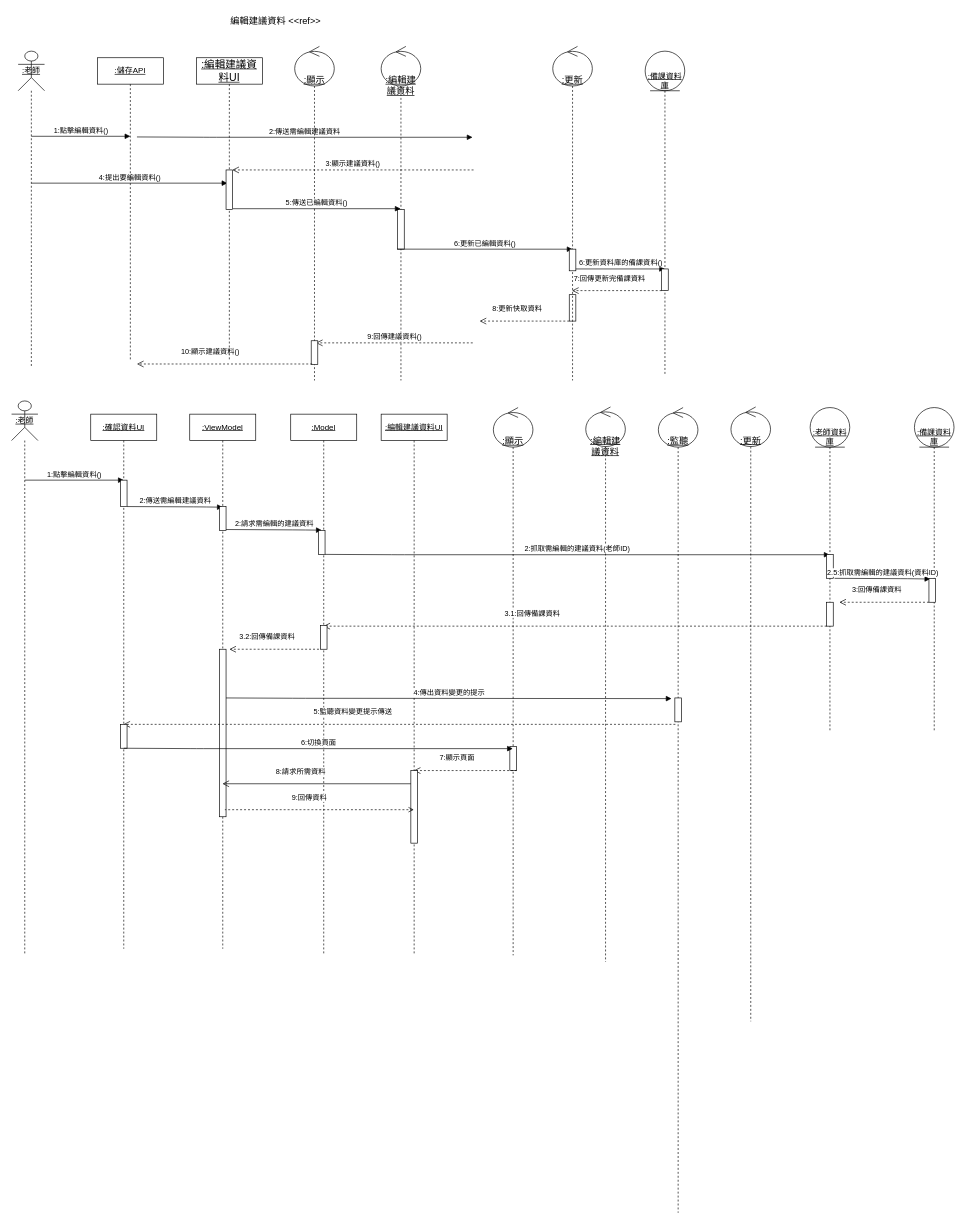
Earlier version of the draw.io diagram 循序圖(編輯建議備課資料).drawio (Kevincheng0804/System-analysis). Source tidied: cells renumbered, new cells numbered last; positions are measured from the earlier drawing's top-left corner, leaving out a move shared by most shapes. Both pictures are drawn from the tidied source at 66%, with x=0, y=0 at pixel (11, 11).
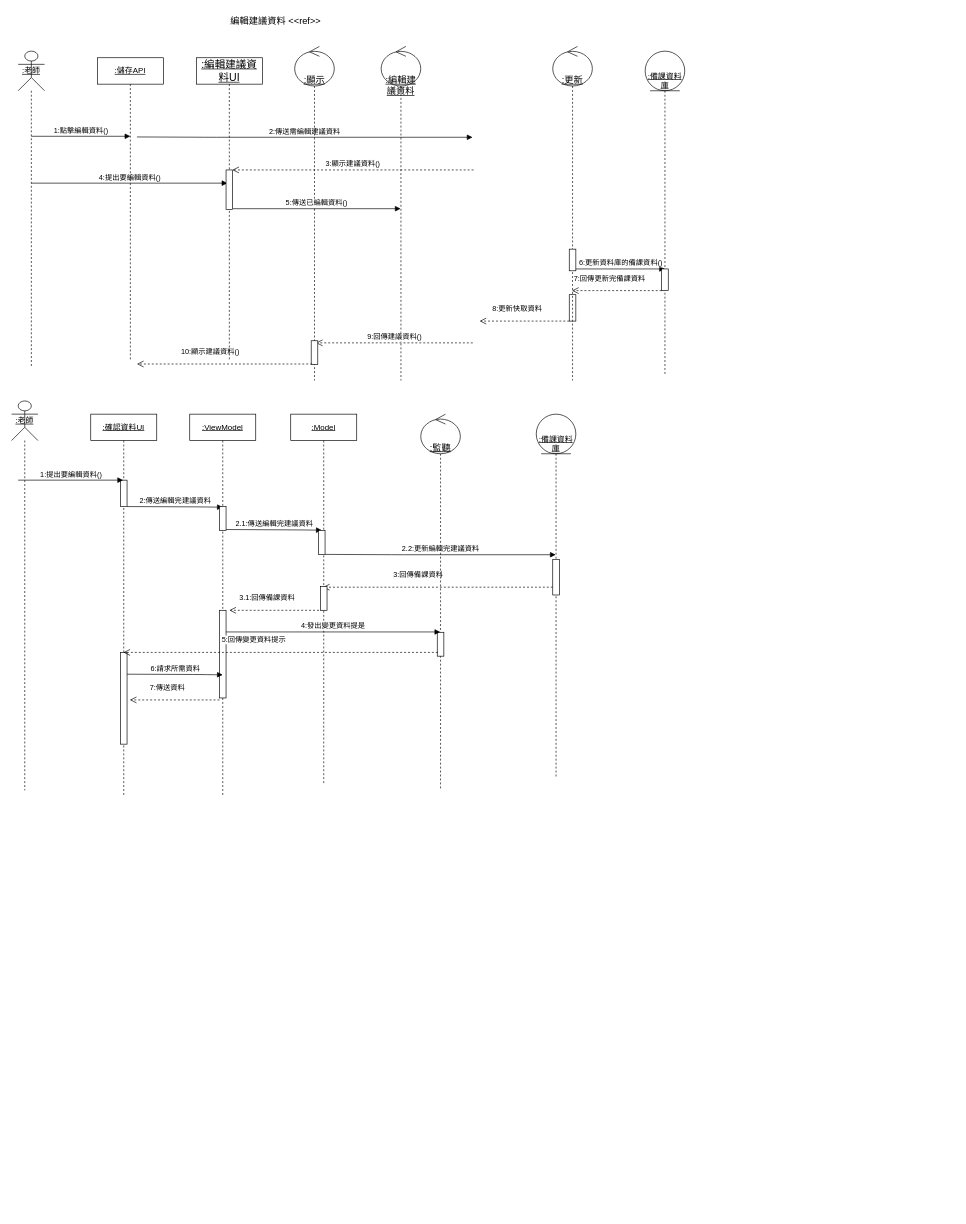
After the change.

Commit message:
更新循序圖(編輯建議備課資料).drawio

The change refers to these unchanged cells:
```xml
<mxCell id="2" value="&lt;u&gt;:編輯建議資料&lt;/u&gt;" style="shape=umlLifeline;participant=umlControl;perimeter=lifelinePerimeter;whiteSpace=wrap;html=1;verticalAlign=top;spacingTop=36;outlineConnect=0;fontSize=14;size=60;align=center;" parent="1" vertex="1">
  <mxGeometry x="560" y="52.8" width="60" height="506.2" as="geometry" />
</mxCell>
<mxCell id="22" value="&lt;u&gt;:更新&lt;/u&gt;" style="shape=umlLifeline;participant=umlControl;perimeter=lifelinePerimeter;whiteSpace=wrap;html=1;verticalAlign=top;spacingTop=36;outlineConnect=0;fontSize=14;size=60;align=center;" parent="1" vertex="1">
  <mxGeometry x="820" y="52.8" width="60" height="506.2" as="geometry" />
</mxCell>
```

Change to the diagram source:
```diff
@@
-    <mxCell id="3" style="html=1;perimeter=orthogonalPerimeter;" parent="2" vertex="1">
-      <mxGeometry x="25" y="247.2" width="10" height="60" as="geometry" />
-    </mxCell>
@@
-    <mxCell id="5" value="6:更新已編輯資料()" style="html=1;verticalAlign=bottom;startArrow=none;startFill=0;endArrow=block;startSize=8;exitX=0.933;exitY=0.922;exitDx=0;exitDy=0;exitPerimeter=0;entryX=0.5;entryY=0.607;entryDx=0;entryDy=0;entryPerimeter=0;" parent="1" edge="1" target="22">
-      <mxGeometry relative="1" as="geometry">
-        <mxPoint x="584.3" y="360" as="sourcePoint" />
-      </mxGeometry>
-    </mxCell>
@@
     <mxCell id="27" value="&lt;u&gt;:老師&lt;/u&gt;" style="shape=umlLifeline;perimeter=lifelinePerimeter;whiteSpace=wrap;html=1;newEdgeStyle={&quot;curved&quot;:0,&quot;rounded&quot;:0};participant=umlActor;size=60;" parent="1" vertex="1">
-      <mxGeometry y="590" width="40" height="840" as="geometry" />
+      <mxGeometry y="590" width="40" height="590" as="geometry" />
     </mxCell>
     <mxCell id="28" value="&lt;u&gt;:確認資料UI&lt;/u&gt;" style="shape=umlLifeline;perimeter=lifelinePerimeter;whiteSpace=wrap;html=1;outlineConnect=0;portConstraint=eastwest;newEdgeStyle={&quot;curved&quot;:0,&quot;rounded&quot;:0};" parent="1" vertex="1">
-      <mxGeometry x="120" y="610" width="100" height="810" as="geometry" />
+      <mxGeometry x="120" y="610" width="100" height="580" as="geometry" />
     </mxCell>
     <mxCell id="29" value="&lt;u&gt;:ViewModel&lt;/u&gt;" style="shape=umlLifeline;perimeter=lifelinePerimeter;whiteSpace=wrap;html=1;outlineConnect=0;portConstraint=eastwest;newEdgeStyle={&quot;curved&quot;:0,&quot;rounded&quot;:0};" parent="1" vertex="1">
-      <mxGeometry x="270" y="610" width="100" height="810" as="geometry" />
+      <mxGeometry x="270" y="610" width="100" height="580" as="geometry" />
     </mxCell>
     <mxCell id="30" value="&lt;u&gt;:Model&lt;/u&gt;" style="shape=umlLifeline;perimeter=lifelinePerimeter;whiteSpace=wrap;html=1;outlineConnect=0;portConstraint=eastwest;newEdgeStyle={&quot;curved&quot;:0,&quot;rounded&quot;:0};" parent="1" vertex="1">
-      <mxGeometry x="423" y="610" width="100" height="820" as="geometry" />
+      <mxGeometry x="423" y="610" width="100" height="560" as="geometry" />
     </mxCell>
-    <mxCell id="31" value="&lt;u&gt;:編輯建議資料UI&lt;/u&gt;" style="shape=umlLifeline;perimeter=lifelinePerimeter;whiteSpace=wrap;html=1;outlineConnect=0;portConstraint=eastwest;newEdgeStyle={&quot;curved&quot;:0,&quot;rounded&quot;:0};" parent="1" vertex="1">
-      <mxGeometry x="560" y="610" width="100" height="820" as="geometry" />
-    </mxCell>
-    <mxCell id="32" value="&lt;u&gt;:編輯建議資料&lt;/u&gt;" style="shape=umlLifeline;participant=umlControl;perimeter=lifelinePerimeter;whiteSpace=wrap;html=1;verticalAlign=top;spacingTop=36;fontSize=14;size=60;align=center;" parent="1" vertex="1">
-      <mxGeometry x="870" y="599.1" width="60" height="840.9" as="geometry" />
-    </mxCell>
-    <mxCell id="33" value="&lt;u&gt;:顯示&lt;/u&gt;" style="shape=umlLifeline;participant=umlControl;perimeter=lifelinePerimeter;whiteSpace=wrap;html=1;verticalAlign=top;spacingTop=36;outlineConnect=0;fontSize=14;size=60;align=center;" parent="1" vertex="1">
-      <mxGeometry x="730" y="600" width="60" height="830" as="geometry" />
-    </mxCell>
-    <mxCell id="34" style="html=1;perimeter=orthogonalPerimeter;" parent="33" vertex="1">
-      <mxGeometry x="25" y="513.8" width="10" height="36.2" as="geometry" />
-    </mxCell>
-    <mxCell id="35" value="&lt;div&gt;&lt;u&gt;&lt;br&gt;&lt;/u&gt;&lt;/div&gt;&lt;u&gt;&lt;div&gt;&lt;u&gt;&lt;br&gt;&lt;/u&gt;&lt;/div&gt;:老師資料庫&lt;/u&gt;" style="shape=umlLifeline;perimeter=lifelinePerimeter;whiteSpace=wrap;html=1;outlineConnect=0;portConstraint=eastwest;newEdgeStyle={&quot;curved&quot;:0,&quot;rounded&quot;:0};participant=umlEntity;size=60;" parent="1" vertex="1">
-      <mxGeometry x="1210" y="600" width="60" height="490" as="geometry" />
-    </mxCell>
-    <mxCell id="36" value="&lt;u&gt;:更新&lt;/u&gt;" style="shape=umlLifeline;participant=umlControl;perimeter=lifelinePerimeter;whiteSpace=wrap;html=1;verticalAlign=top;spacingTop=36;fontSize=14;size=60;align=center;" parent="1" vertex="1">
-      <mxGeometry x="1090" y="599.1" width="60" height="930.9" as="geometry" />
-    </mxCell>
     <mxCell id="37" value="&lt;div&gt;&lt;u&gt;&lt;br&gt;&lt;/u&gt;&lt;/div&gt;&lt;u&gt;&lt;div&gt;&lt;u&gt;&lt;br&gt;&lt;/u&gt;&lt;/div&gt;:備課資料庫&lt;/u&gt;" style="shape=umlLifeline;perimeter=lifelinePerimeter;whiteSpace=wrap;html=1;outlineConnect=0;portConstraint=eastwest;newEdgeStyle={&quot;curved&quot;:0,&quot;rounded&quot;:0};participant=umlEntity;size=60;" parent="1" vertex="1">
-      <mxGeometry x="1368" y="600" width="60" height="490" as="geometry" />
+      <mxGeometry x="795" y="610" width="60" height="550" as="geometry" />
     </mxCell>
-    <mxCell id="38" value="1:點擊編輯資料()" style="html=1;verticalAlign=bottom;endArrow=block;curved=0;rounded=0;" parent="1" edge="1">
-      <mxGeometry relative="1" as="geometry">
-        <mxPoint x="20" y="710" as="sourcePoint" />
-        <mxPoint x="170" y="710" as="targetPoint" />
-      </mxGeometry>
-    </mxCell>
@@
-    <mxCell id="40" value="2:傳送需編輯建議資料" style="html=1;verticalAlign=bottom;startArrow=none;startFill=0;endArrow=block;startSize=8;" parent="1" edge="1">
+    <mxCell id="40" value="2:傳送編輯完建議資料" style="html=1;verticalAlign=bottom;startArrow=none;startFill=0;endArrow=block;startSize=8;" parent="1" edge="1">
       <mxGeometry relative="1" as="geometry">
         <mxPoint x="175" y="750" as="sourcePoint" />
         <mxPoint x="320" y="751" as="targetPoint" />
         <Array as="points">
           <mxPoint x="285.5" y="750.5" />
         </Array>
       </mxGeometry>
     </mxCell>
@@
-    <mxCell id="42" value="2:請求需編輯的建議資料" style="html=1;verticalAlign=bottom;startArrow=none;startFill=0;endArrow=block;startSize=8;" parent="1" edge="1">
+    <mxCell id="42" value="2.1:傳送編輯完建議資料" style="html=1;verticalAlign=bottom;startArrow=none;startFill=0;endArrow=block;startSize=8;" parent="1" edge="1">
       <mxGeometry relative="1" as="geometry">
         <mxPoint x="325" y="784.8" as="sourcePoint" />
         <mxPoint x="470" y="785.8" as="targetPoint" />
         <Array as="points">
           <mxPoint x="435.5" y="785.4" />
         </Array>
       </mxGeometry>
     </mxCell>
@@
-    <mxCell id="44" value="2:抓取需編輯的建議資料(老師ID)" style="html=1;verticalAlign=bottom;startArrow=none;startFill=0;endArrow=block;startSize=8;" parent="1" edge="1" target="35">
+    <mxCell id="44" value="2.2:更新編輯完建議資料" style="html=1;verticalAlign=bottom;startArrow=none;startFill=0;endArrow=block;startSize=8;" parent="1" edge="1" target="37">
       <mxGeometry relative="1" as="geometry">
         <mxPoint x="475" y="822.5" as="sourcePoint" />
         <Array as="points">
           <mxPoint x="585.5" y="823" />
         </Array>
       </mxGeometry>
     </mxCell>
-    <mxCell id="45" style="html=1;perimeter=orthogonalPerimeter;" parent="1" vertex="1">
-      <mxGeometry x="1235" y="822.5" width="10" height="36.2" as="geometry" />
-    </mxCell>
-    <mxCell id="46" value="2.5:抓取需編輯的建議資料(資料ID)" style="html=1;verticalAlign=bottom;startArrow=none;startFill=0;endArrow=block;startSize=8;" parent="1" edge="1">
-      <mxGeometry relative="1" as="geometry">
-        <mxPoint x="1247" y="858.8" as="sourcePoint" />
-        <mxPoint x="1392" y="859.8" as="targetPoint" />
-        <Array as="points">
-          <mxPoint x="1357.5" y="859.3" />
-        </Array>
-      </mxGeometry>
-    </mxCell>
-    <mxCell id="47" style="html=1;points=[];perimeter=orthogonalPerimeter;" parent="1" vertex="1">
-      <mxGeometry x="1390" y="858.8" width="10" height="36.2" as="geometry" />
-    </mxCell>
-    <mxCell id="48" value="3:回傳備課資料" style="html=1;verticalAlign=bottom;endArrow=open;dashed=1;endSize=8;" parent="1" edge="1">
-      <mxGeometry x="0.17" y="-10" relative="1" as="geometry">
-        <mxPoint x="1390" y="895" as="sourcePoint" />
-        <mxPoint x="1254.2" y="895" as="targetPoint" />
-      </mxGeometry>
-    </mxCell>
-    <mxCell id="49" style="html=1;perimeter=orthogonalPerimeter;" parent="1" vertex="1">
-      <mxGeometry x="1235" y="895" width="10" height="36.2" as="geometry" />
-    </mxCell>
-    <mxCell id="50" value="3.1:回傳備課資料" style="html=1;verticalAlign=bottom;endArrow=open;dashed=1;endSize=8;" parent="1" edge="1" target="30">
+    <mxCell id="50" value="3:回傳備課資料" style="html=1;verticalAlign=bottom;endArrow=open;dashed=1;endSize=8;" parent="1" edge="1" source="47">
       <mxGeometry x="0.17" y="-10" relative="1" as="geometry">
-        <mxPoint x="1235" y="931.2" as="sourcePoint" />
+        <mxPoint x="471.8" y="872.2" as="targetPoint" />
       </mxGeometry>
     </mxCell>
     <mxCell id="51" style="html=1;perimeter=orthogonalPerimeter;" parent="1" vertex="1">
-      <mxGeometry x="468" y="930" width="10" height="36.2" as="geometry" />
+      <mxGeometry x="468" y="871" width="10" height="36.2" as="geometry" />
     </mxCell>
-    <mxCell id="52" value="3.2:回傳備課資料" style="html=1;verticalAlign=bottom;endArrow=open;dashed=1;endSize=8;" parent="1" edge="1">
+    <mxCell id="52" value="3.1:回傳備課資料" style="html=1;verticalAlign=bottom;endArrow=open;dashed=1;endSize=8;" parent="1" edge="1">
       <mxGeometry x="0.17" y="-10" relative="1" as="geometry">
-        <mxPoint x="465.8" y="966.2" as="sourcePoint" />
-        <mxPoint x="330" y="966.2" as="targetPoint" />
+        <mxPoint x="465.8" y="907.2" as="sourcePoint" />
+        <mxPoint x="330" y="907.2" as="targetPoint" />
       </mxGeometry>
     </mxCell>
     <mxCell id="53" style="html=1;perimeter=orthogonalPerimeter;" parent="1" vertex="1">
-      <mxGeometry x="315" y="966.2" width="10" height="253.8" as="geometry" />
+      <mxGeometry x="315" y="907.2" width="10" height="132.8" as="geometry" />
     </mxCell>
     <mxCell id="54" value="&lt;u&gt;:監聽&lt;/u&gt;" style="shape=umlLifeline;participant=umlControl;perimeter=lifelinePerimeter;whiteSpace=wrap;html=1;verticalAlign=top;spacingTop=36;outlineConnect=0;fontSize=14;size=60;align=center;" parent="1" vertex="1">
-      <mxGeometry x="980" y="600" width="60" height="1220" as="geometry" />
+      <mxGeometry x="620" y="610" width="60" height="570" as="geometry" />
     </mxCell>
-    <mxCell id="55" value="4:傳出資料變更的提示" style="html=1;verticalAlign=bottom;startArrow=none;startFill=0;endArrow=block;startSize=8;" parent="54" edge="1">
-      <mxGeometry relative="1" as="geometry">
-        <mxPoint x="-655" y="440" as="sourcePoint" />
-        <mxPoint x="20" y="441" as="targetPoint" />
-        <Array as="points">
-          <mxPoint x="-544.5" y="440.5" />
-        </Array>
-      </mxGeometry>
-    </mxCell>
     <mxCell id="56" style="html=1;perimeter=orthogonalPerimeter;" parent="54" vertex="1">
-      <mxGeometry x="25" y="440" width="10" height="36.2" as="geometry" />
+      <mxGeometry x="25" y="330.5" width="10" height="36.2" as="geometry" />
     </mxCell>
-    <mxCell id="57" value="5:監聽資料變更提示傳送" style="html=1;verticalAlign=bottom;endArrow=open;dashed=1;endSize=8;" parent="1" edge="1" target="28">
-      <mxGeometry x="0.17" y="-10" relative="1" as="geometry">
-        <mxPoint x="1005.8" y="1080" as="sourcePoint" />
-      </mxGeometry>
-    </mxCell>
     <mxCell id="58" style="html=1;perimeter=orthogonalPerimeter;" parent="1" vertex="1">
-      <mxGeometry x="165" y="1080" width="10" height="36.2" as="geometry" />
+      <mxGeometry x="165" y="971" width="10" height="139" as="geometry" />
     </mxCell>
-    <mxCell id="59" value="6:切換頁面" style="html=1;verticalAlign=bottom;startArrow=none;startFill=0;endArrow=block;startSize=8;" parent="1" edge="1" target="33">
-      <mxGeometry relative="1" as="geometry">
-        <mxPoint x="170" y="1116.2" as="sourcePoint" />
-        <Array as="points">
-          <mxPoint x="280.5" y="1116.8" />
-        </Array>
-      </mxGeometry>
-    </mxCell>
-    <mxCell id="60" value="7:顯示頁面" style="html=1;verticalAlign=bottom;endArrow=open;dashed=1;endSize=8;" parent="1" edge="1" target="31">
-      <mxGeometry x="0.17" y="-10" relative="1" as="geometry">
-        <mxPoint x="765.8" y="1150" as="sourcePoint" />
-      </mxGeometry>
-    </mxCell>
-    <mxCell id="61" style="html=1;perimeter=orthogonalPerimeter;" parent="1" vertex="1">
-      <mxGeometry x="605" y="1150" width="10" height="110" as="geometry" />
-    </mxCell>
-    <mxCell id="62" value="8:請求所需資料" style="html=1;verticalAlign=bottom;endArrow=open;endSize=8;" parent="1" edge="1" target="29">
-      <mxGeometry x="0.17" y="-10" relative="1" as="geometry">
-        <mxPoint x="605" y="1170" as="sourcePoint" />
-      </mxGeometry>
-    </mxCell>
-    <mxCell id="63" value="9:回傳資料" style="html=1;verticalAlign=bottom;endArrow=none;dashed=1;endSize=8;startArrow=open;startFill=0;endFill=0;" parent="1" edge="1" source="31">
-      <mxGeometry x="0.11" y="-9" relative="1" as="geometry">
-        <mxPoint x="323.2" y="1209.3" as="targetPoint" />
-      </mxGeometry>
-    </mxCell>
+    <mxCell id="64" value="1:提出要編輯資料()" style="html=1;verticalAlign=bottom;endArrow=block;curved=0;rounded=0;" parent="1" edge="1">
+      <mxGeometry x="0.01" relative="1" as="geometry">
+        <mxPoint x="10" y="710" as="sourcePoint" />
+        <mxPoint x="169" y="710" as="targetPoint" />
+      </mxGeometry>
+    </mxCell>
+    <mxCell id="65" style="html=1;verticalAlign=bottom;endArrow=open;dashed=1;endSize=8;" parent="1" edge="1" source="37" target="47">
+      <mxGeometry x="0.17" y="-10" relative="1" as="geometry" />
+    </mxCell>
+    <mxCell id="47" style="html=1;points=[];perimeter=orthogonalPerimeter;" parent="1" vertex="1">
+      <mxGeometry x="820" y="830" width="10" height="54" as="geometry" />
+    </mxCell>
+    <mxCell id="66" value="6:請求所需資料" style="html=1;verticalAlign=bottom;startArrow=none;startFill=0;endArrow=block;startSize=8;" parent="1" edge="1">
+      <mxGeometry relative="1" as="geometry">
+        <mxPoint x="175" y="1004" as="sourcePoint" />
+        <mxPoint x="320" y="1005" as="targetPoint" />
+        <Array as="points">
+          <mxPoint x="285.5" y="1004.5" />
+        </Array>
+      </mxGeometry>
+    </mxCell>
+    <mxCell id="67" value="7:傳送資料" style="html=1;verticalAlign=bottom;endArrow=open;dashed=1;endSize=8;" parent="1" edge="1">
+      <mxGeometry x="0.17" y="-10" relative="1" as="geometry">
+        <mxPoint x="315" y="1043" as="sourcePoint" />
+        <mxPoint x="179.2" y="1043" as="targetPoint" />
+      </mxGeometry>
+    </mxCell>
+    <mxCell id="68" value="4:發出變更資料提是" style="html=1;verticalAlign=bottom;startArrow=none;startFill=0;endArrow=block;startSize=8;" parent="1" edge="1" target="54">
+      <mxGeometry relative="1" as="geometry">
+        <mxPoint x="325" y="940" as="sourcePoint" />
+      </mxGeometry>
+    </mxCell>
+    <mxCell id="69" value="5:回傳變更資料提示" style="html=1;verticalAlign=bottom;endArrow=open;dashed=1;endSize=8;" parent="1" edge="1" target="28">
+      <mxGeometry x="0.17" y="-10" relative="1" as="geometry">
+        <mxPoint x="645.8" y="971" as="sourcePoint" />
+      </mxGeometry>
+    </mxCell>
```
